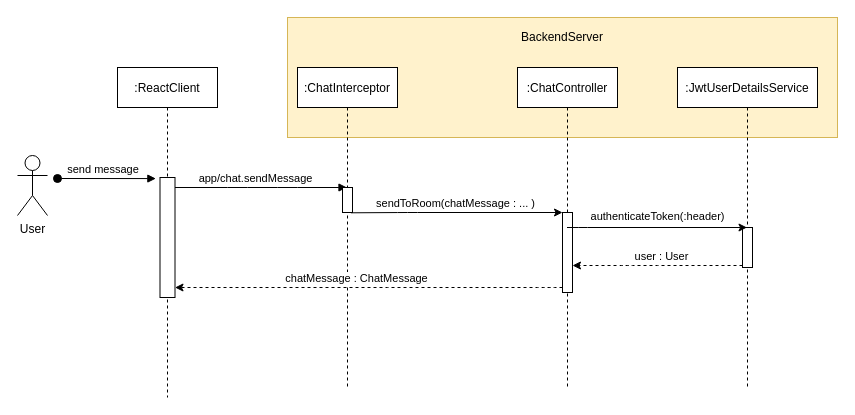
Earlier version of the draw.io diagram sendmsg-SD.drawio (nickkisbye/dat18a-hop). Source tidied: cells renumbered, new cells numbered last; positions are measured from the earlier drawing's top-left corner, leaving out a move shared by most shapes. Both pictures are drawn from the tidied source at 100%, with x=0, y=0 at pixel (17, 17).
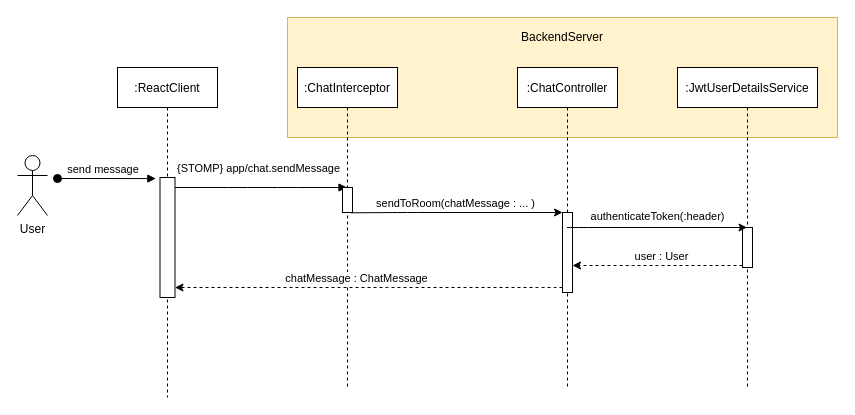
Above is the later version.

Commit message (it also covers changes not shown here):
added private chat endpoint

Unchanged cells that the change refers to:
```xml
<mxCell id="4" style="points=[];perimeter=orthogonalPerimeter;rounded=0;shadow=0;strokeWidth=1;" parent="3" vertex="1">
  <mxGeometry x="42.5" y="110" width="15" height="120" as="geometry" />
</mxCell>
<mxCell id="7" value=":ChatInterceptor" style="shape=umlLifeline;perimeter=lifelinePerimeter;rounded=0;shadow=0;strokeWidth=1;" parent="1" vertex="1">
  <mxGeometry x="280" y="50" width="100" height="320" as="geometry" />
</mxCell>
```

The edit, as a diff of the source:
```diff
@@
-    <mxCell id="6" value="app/chat.sendMessage" style="verticalAlign=bottom;endArrow=block;shadow=0;strokeWidth=1;" parent="1" edge="1" source="4" target="7">
-      <mxGeometry x="-0.06" relative="1" as="geometry">
+    <mxCell id="6" value="{STOMP} app/chat.sendMessage" style="verticalAlign=bottom;endArrow=block;shadow=0;strokeWidth=1;" parent="1" edge="1" source="4" target="7">
+      <mxGeometry x="-0.04" y="10" relative="1" as="geometry">
         <Array as="points">
           <mxPoint x="220" y="170" />
           <mxPoint x="270" y="170" />
         </Array>
+        <mxPoint x="1" as="offset" />
       </mxGeometry>
     </mxCell>
```
